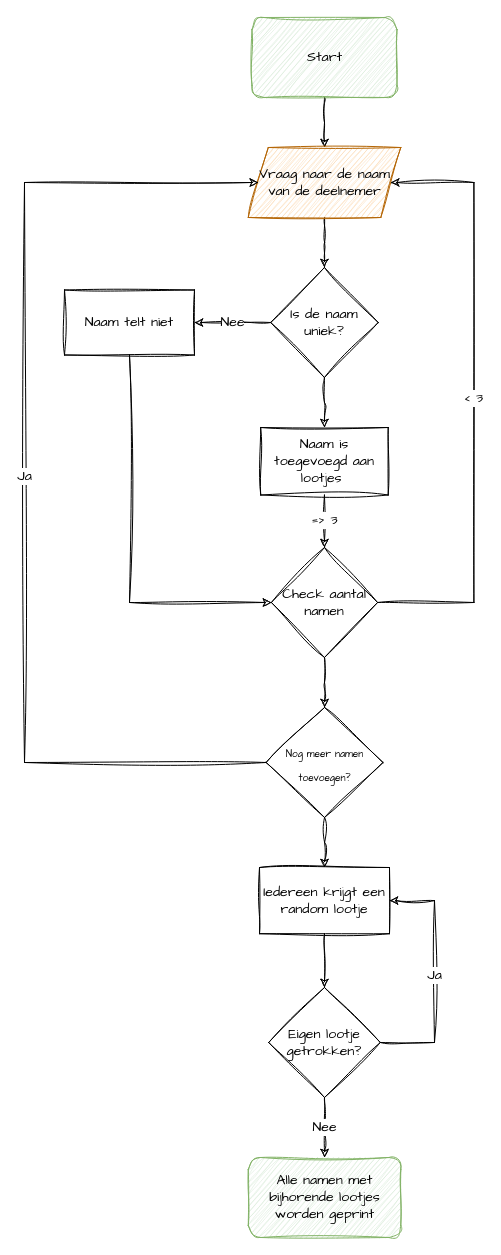
SummerDallison/leren-programmeren keeps this draw.io diagram as module2/proef/proefDiagram.drawio. Above is the earlier version. Source tidied: cells renumbered, new cells numbered last; positions are measured from the earlier drawing's top-left corner, leaving out a move shared by most shapes. Both pictures are drawn from the tidied source at 100%, with x=0, y=0 at pixel (24, 17).
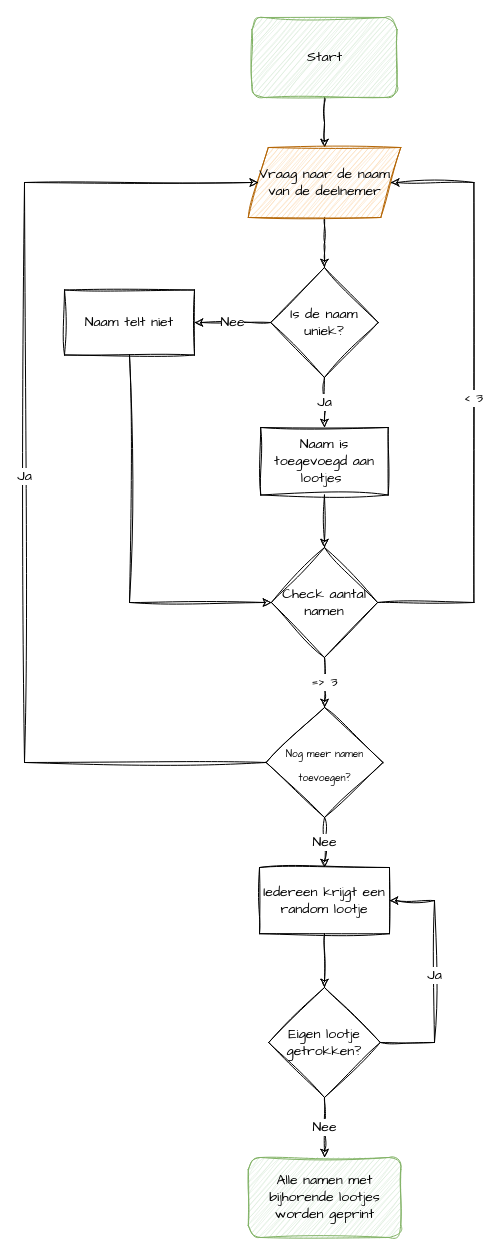
The same page after the edit.

Unchanged cells that the change refers to:
```xml
<mxCell id="8" value="Is de naam uniek?" style="rhombus;whiteSpace=wrap;html=1;sketch=1;curveFitting=1;jiggle=2;fillColor=none;fontFamily=Architects Daughter;fontSize=14;" parent="1" vertex="1">
  <mxGeometry x="246.2" y="250" width="107.5" height="110" as="geometry" />
</mxCell>
<mxCell id="12" value="Naam is toegevoegd aan lootjes&amp;nbsp;" style="rounded=0;whiteSpace=wrap;html=1;sketch=1;curveFitting=1;jiggle=2;fillColor=none;fontSize=14;fontFamily=Architects Daughter;" parent="1" vertex="1">
  <mxGeometry x="236.2" y="410" width="127.5" height="67.5" as="geometry" />
</mxCell>
<mxCell id="15" value="Check aantal namen" style="rhombus;whiteSpace=wrap;html=1;sketch=1;hachureGap=4;jiggle=2;curveFitting=1;fontFamily=Architects Daughter;fontSize=14;fillColor=none;" parent="1" vertex="1">
  <mxGeometry x="246.9" y="530" width="106.2" height="110" as="geometry" />
</mxCell>
<mxCell id="18" value="&lt;font size=&quot;1&quot;&gt;Nog meer namen toevoegen?&lt;/font&gt;" style="rhombus;whiteSpace=wrap;html=1;sketch=1;hachureGap=4;jiggle=2;curveFitting=1;fontFamily=Architects Daughter;fontSize=20;fillColor=none;" parent="1" vertex="1">
  <mxGeometry x="241.6" y="690" width="116.9" height="110" as="geometry" />
</mxCell>
<mxCell id="20" value="Iedereen krijgt een random lootje" style="rounded=0;whiteSpace=wrap;html=1;sketch=1;hachureGap=4;jiggle=2;curveFitting=1;fontFamily=Architects Daughter;fontSize=14;fillColor=none;" parent="1" vertex="1">
  <mxGeometry x="235" y="850" width="130" height="66.2" as="geometry" />
</mxCell>
```

The edit, as a diff of the source:
```diff
@@
-    <mxCell id="7" style="edgeStyle=orthogonalEdgeStyle;rounded=0;jettySize=auto;html=1;exitX=0.5;exitY=1;exitDx=0;exitDy=0;sketch=1;curveFitting=1;jiggle=2;" parent="1" edge="1" source="8" target="12">
+    <mxCell id="7" value="Ja" style="edgeStyle=orthogonalEdgeStyle;rounded=0;jettySize=auto;html=1;exitX=0.5;exitY=1;exitDx=0;exitDy=0;sketch=1;curveFitting=1;jiggle=2;fontSize=14;fontFamily=Architects Daughter;" parent="1" edge="1" source="8" target="12">
       <mxGeometry relative="1" as="geometry" />
     </mxCell>
@@
-    <mxCell id="11" value="=&amp;gt; 3" style="edgeStyle=orthogonalEdgeStyle;rounded=0;sketch=1;hachureGap=4;jiggle=2;curveFitting=1;jettySize=auto;html=1;exitX=0.5;exitY=1;exitDx=0;exitDy=0;entryX=0.5;entryY=0;entryDx=0;entryDy=0;fontFamily=Architects Daughter;fontSize=14;" parent="1" edge="1" source="12" target="15">
+    <mxCell id="11" style="edgeStyle=orthogonalEdgeStyle;rounded=0;sketch=1;hachureGap=4;jiggle=2;curveFitting=1;jettySize=auto;html=1;exitX=0.5;exitY=1;exitDx=0;exitDy=0;entryX=0.5;entryY=0;entryDx=0;entryDy=0;fontFamily=Architects Daughter;fontSize=16;" parent="1" edge="1" source="12" target="15">
       <mxGeometry relative="1" as="geometry" />
     </mxCell>
@@
-    <mxCell id="14" style="edgeStyle=orthogonalEdgeStyle;rounded=0;sketch=1;hachureGap=4;jiggle=2;curveFitting=1;jettySize=auto;html=1;exitX=0.5;exitY=1;exitDx=0;exitDy=0;entryX=0.5;entryY=0;entryDx=0;entryDy=0;fontFamily=Architects Daughter;fontSize=16;" parent="1" edge="1" source="15" target="18">
+    <mxCell id="14" value="=&amp;gt; 3" style="edgeStyle=orthogonalEdgeStyle;rounded=0;sketch=1;hachureGap=4;jiggle=2;curveFitting=1;jettySize=auto;html=1;exitX=0.5;exitY=1;exitDx=0;exitDy=0;entryX=0.5;entryY=0;entryDx=0;entryDy=0;fontFamily=Architects Daughter;fontSize=14;" parent="1" edge="1" source="15" target="18">
       <mxGeometry relative="1" as="geometry" />
     </mxCell>
@@
-    <mxCell id="17" style="edgeStyle=orthogonalEdgeStyle;rounded=0;sketch=1;hachureGap=4;jiggle=2;curveFitting=1;jettySize=auto;html=1;exitX=0.5;exitY=1;exitDx=0;exitDy=0;entryX=0.5;entryY=0;entryDx=0;entryDy=0;fontFamily=Architects Daughter;fontSize=16;" parent="1" edge="1" source="18" target="20">
+    <mxCell id="17" value="Nee" style="edgeStyle=orthogonalEdgeStyle;rounded=0;sketch=1;hachureGap=4;jiggle=2;curveFitting=1;jettySize=auto;html=1;exitX=0.5;exitY=1;exitDx=0;exitDy=0;entryX=0.5;entryY=0;entryDx=0;entryDy=0;fontFamily=Architects Daughter;fontSize=14;" parent="1" edge="1" source="18" target="20">
       <mxGeometry relative="1" as="geometry" />
     </mxCell>
```
